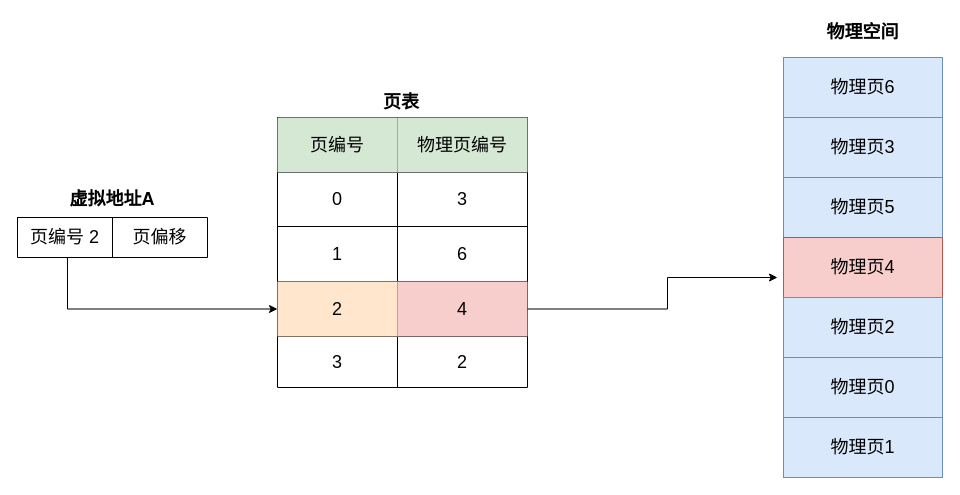
The draw.io diagram 内存分页.drawio in Netech-DevNote/itquestions_pictures, before the edit. Source tidied: cells renumbered, new cells numbered last; positions are measured from the earlier drawing's top-left corner, leaving out a move shared by most shapes. Both pictures are drawn from the tidied source at 100%, with x=0, y=0 at pixel (17, 17).
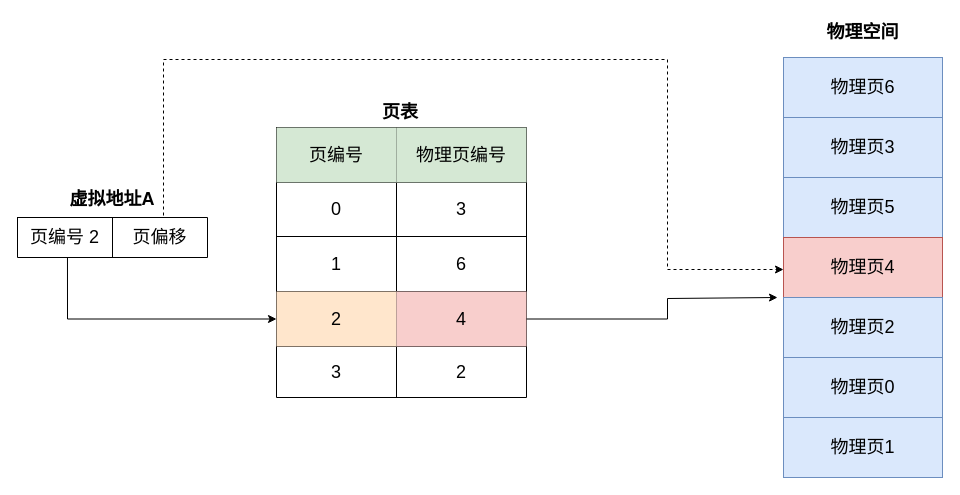
The same page after the edit.

Commit message:
更新内存分页.drawio

Unchanged cells that the change refers to:
```xml
<mxCell id="12" style="shape=tableRow;horizontal=0;startSize=0;swimlaneHead=0;swimlaneBody=0;strokeColor=inherit;top=0;left=0;bottom=0;right=0;fillColor=none;points=[[0,0.5],[1,0.5]];portConstraint=eastwest;fontSize=18;" parent="2" vertex="1">
  <mxGeometry y="164" width="250" height="55" as="geometry" />
</mxCell>
```

The edit, as a diff of the source:
```diff
@@
     <mxCell id="2" style="shape=table;startSize=0;childLayout=tableLayout;fontSize=18;" parent="1" vertex="1">
-      <mxGeometry x="260" y="100" width="250" height="270" as="geometry" />
+      <mxGeometry x="259" y="110" width="250" height="270" as="geometry" />
     </mxCell>
@@
     <mxCell id="23" value="页表" style="text;html=1;strokeColor=none;fillColor=none;align=center;verticalAlign=middle;whiteSpace=wrap;rounded=0;fontSize=18;fontStyle=1;" parent="1" vertex="1">
-      <mxGeometry x="354" y="70" width="60" height="30" as="geometry" />
+      <mxGeometry x="353" y="80" width="60" height="30" as="geometry" />
     </mxCell>
@@
-    <mxCell id="25" style="endArrow=classic;html=1;rounded=0;exitX=1;exitY=0.5;exitDx=0;exitDy=0;edgeStyle=orthogonalEdgeStyle;fontSize=18;" parent="1" edge="1" source="12">
+    <mxCell id="25" style="endArrow=classic;html=1;rounded=0;exitX=1;exitY=0.5;exitDx=0;exitDy=0;fontSize=18;edgeStyle=orthogonalEdgeStyle;" parent="1" edge="1" source="12">
       <mxGeometry relative="1" as="geometry">
-        <mxPoint x="760" y="260" as="targetPoint" />
+        <mxPoint x="760" y="280" as="targetPoint" />
         <Array as="points">
-          <mxPoint x="650" y="292" />
-          <mxPoint x="650" y="260" />
+          <mxPoint x="650" y="302" />
+          <mxPoint x="650" y="281" />
         </Array>
       </mxGeometry>
     </mxCell>
@@
+    <mxCell id="34" style="endArrow=classic;html=1;rounded=0;edgeStyle=orthogonalEdgeStyle;entryX=0;entryY=0.5;entryDx=0;entryDy=0;strokeWidth=1;dashed=1;" parent="1" edge="1">
+      <mxGeometry relative="1" as="geometry">
+        <mxPoint x="146" y="198" as="sourcePoint" />
+        <mxPoint x="766" y="252" as="targetPoint" />
+        <Array as="points">
+          <mxPoint x="146" y="42" />
+          <mxPoint x="650" y="42" />
+          <mxPoint x="650" y="252" />
+        </Array>
+      </mxGeometry>
+    </mxCell>
```
